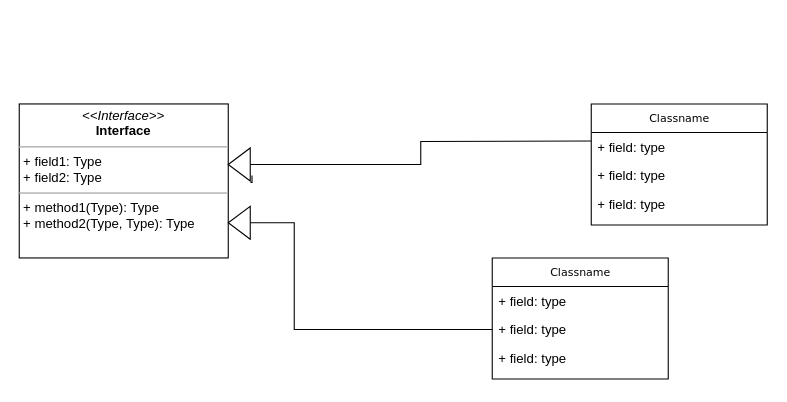
The draw.io diagram Diagrams/ClassesUML.drawio in OdyAsh/JavaGroupProject, before the edit. Source tidied: cells renumbered, new cells numbered last; positions are measured from the earlier drawing's top-left corner, leaving out a move shared by most shapes. Both pictures are drawn from the tidied source at 110%, with x=0, y=0 at pixel (19, 103).
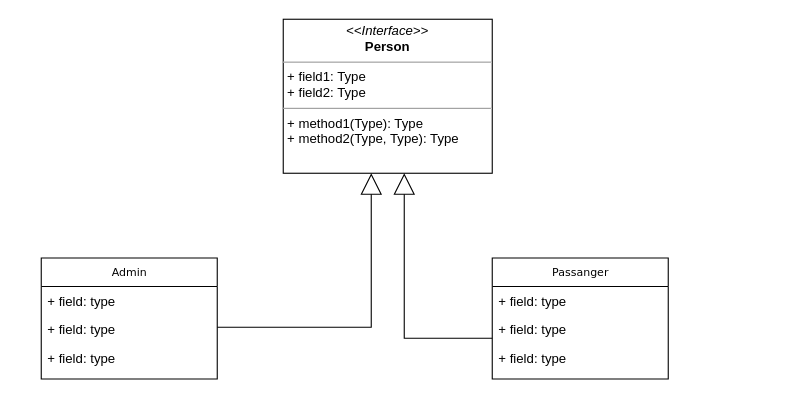
After the change.

Change to the diagram source:
```diff
@@
 <mxGraphModel background="#ffffff">
   <root>
     <mxCell id="0" />
     <mxCell id="1" parent="0" />
-    <mxCell id="2" value="Classname" style="swimlane;html=1;fontStyle=0;horizontal=1;startSize=26;fillColor=none;swimlaneFillColor=#ffffff;rounded=0;shadow=0;comic=0;labelBackgroundColor=none;strokeWidth=1;fontFamily=Verdana;fontSize=10;align=center;" parent="1" vertex="1">
+    <mxCell id="2" value="Passanger" style="swimlane;html=1;fontStyle=0;horizontal=1;startSize=26;fillColor=none;swimlaneFillColor=#ffffff;rounded=0;shadow=0;comic=0;labelBackgroundColor=none;strokeWidth=1;fontFamily=Verdana;fontSize=10;align=center;" parent="1" vertex="1">
       <mxGeometry x="430" y="140" width="160" height="110" as="geometry" />
     </mxCell>
     <mxCell id="3" value="+ field: type" style="text;html=1;strokeColor=none;fillColor=none;align=left;verticalAlign=top;spacingLeft=4;spacingRight=4;whiteSpace=wrap;overflow=hidden;" parent="2" vertex="1">
       <mxGeometry y="26" width="160" height="26" as="geometry" />
     </mxCell>
     <mxCell id="4" value="+ field: type" style="text;html=1;strokeColor=none;fillColor=none;align=left;verticalAlign=top;spacingLeft=4;spacingRight=4;whiteSpace=wrap;overflow=hidden;points=[[0,0.5],[1,0.5]];portConstraint=eastwest;" parent="2" vertex="1">
       <mxGeometry y="52" width="160" height="26" as="geometry" />
     </mxCell>
     <mxCell id="5" value="+ field: type" style="text;html=1;strokeColor=none;fillColor=none;align=left;verticalAlign=top;spacingLeft=4;spacingRight=4;whiteSpace=wrap;overflow=hidden;" parent="2" vertex="1">
       <mxGeometry y="78" width="160" height="26" as="geometry" />
     </mxCell>
-    <mxCell id="6" value="Classname" style="swimlane;html=1;fontStyle=0;horizontal=1;startSize=26;fillColor=none;swimlaneFillColor=#ffffff;rounded=0;shadow=0;comic=0;labelBackgroundColor=none;strokeWidth=1;fontFamily=Verdana;fontSize=10;align=center;" parent="1" vertex="1">
-      <mxGeometry x="520" width="160" height="110" as="geometry" />
+    <mxCell id="6" value="Admin" style="swimlane;html=1;fontStyle=0;horizontal=1;startSize=26;fillColor=none;swimlaneFillColor=#ffffff;rounded=0;shadow=0;comic=0;labelBackgroundColor=none;strokeWidth=1;fontFamily=Verdana;fontSize=10;align=center;" parent="1" vertex="1">
+      <mxGeometry x="20" y="140" width="160" height="110" as="geometry" />
     </mxCell>
     <mxCell id="7" value="+ field: type" style="text;html=1;strokeColor=none;fillColor=none;align=left;verticalAlign=top;spacingLeft=4;spacingRight=4;whiteSpace=wrap;overflow=hidden;" parent="6" vertex="1">
       <mxGeometry y="26" width="160" height="26" as="geometry" />
     </mxCell>
     <mxCell id="8" value="+ field: type" style="text;html=1;fillColor=none;align=left;verticalAlign=top;spacingLeft=4;spacingRight=4;whiteSpace=wrap;overflow=hidden;" parent="6" vertex="1">
       <mxGeometry y="52" width="160" height="26" as="geometry" />
     </mxCell>
     <mxCell id="9" value="+ field: type" style="text;html=1;strokeColor=none;fillColor=none;align=left;verticalAlign=top;spacingLeft=4;spacingRight=4;whiteSpace=wrap;overflow=hidden;" parent="6" vertex="1">
       <mxGeometry y="78" width="160" height="32" as="geometry" />
     </mxCell>
-    <mxCell id="10" value="&lt;p style=&quot;margin:0px;margin-top:4px;text-align:center;&quot;&gt;&lt;i&gt;&amp;lt;&amp;lt;Interface&amp;gt;&amp;gt;&lt;/i&gt;&lt;br/&gt;&lt;b&gt;Interface&lt;/b&gt;&lt;/p&gt;&lt;hr size=&quot;1&quot;/&gt;&lt;p style=&quot;margin:0px;margin-left:4px;&quot;&gt;+ field1: Type&lt;br/&gt;+ field2: Type&lt;/p&gt;&lt;hr size=&quot;1&quot;/&gt;&lt;p style=&quot;margin:0px;margin-left:4px;&quot;&gt;+ method1(Type): Type&lt;br/&gt;+ method2(Type, Type): Type&lt;/p&gt;" style="verticalAlign=top;align=left;overflow=fill;fontSize=12;fontFamily=Helvetica;html=1;rounded=0;shadow=0;comic=0;labelBackgroundColor=none;strokeWidth=1;" parent="1" vertex="1">
-      <mxGeometry width="190" height="140" as="geometry" />
+    <mxCell id="10" value="&lt;p style=&quot;margin: 0px ; margin-top: 4px ; text-align: center&quot;&gt;&lt;i&gt;&amp;lt;&amp;lt;Interface&amp;gt;&amp;gt;&lt;/i&gt;&lt;br&gt;&lt;b&gt;Person&lt;/b&gt;&lt;/p&gt;&lt;hr size=&quot;1&quot;&gt;&lt;p style=&quot;margin: 0px ; margin-left: 4px&quot;&gt;+ field1: Type&lt;br&gt;+ field2: Type&lt;/p&gt;&lt;hr size=&quot;1&quot;&gt;&lt;p style=&quot;margin: 0px ; margin-left: 4px&quot;&gt;+ method1(Type): Type&lt;br&gt;+ method2(Type, Type): Type&lt;/p&gt;" style="verticalAlign=top;align=left;overflow=fill;fontSize=12;fontFamily=Helvetica;html=1;rounded=0;shadow=0;comic=0;labelBackgroundColor=none;strokeWidth=1;" parent="1" vertex="1">
+      <mxGeometry x="240" y="-77" width="190" height="140" as="geometry" />
     </mxCell>
-    <mxCell id="11" style="triangle;whiteSpace=wrap;html=1;strokeColor=#000000;direction=west;" parent="1" vertex="1">
-      <mxGeometry x="190" y="93" width="20" height="30" as="geometry" />
-    </mxCell>
-    <mxCell id="12" style="edgeStyle=orthogonalEdgeStyle;rounded=0;html=1;exitX=0;exitY=0.5;labelBackgroundColor=none;startFill=0;endArrow=none;endFill=0;fontFamily=Verdana;fontSize=10;exitDx=0;exitDy=0;" parent="1" edge="1" source="4" target="11">
-      <mxGeometry relative="1" as="geometry">
-        <Array as="points">
-          <mxPoint x="250" y="205" />
-          <mxPoint x="250" y="108" />
-        </Array>
-      </mxGeometry>
-    </mxCell>
-    <mxCell id="13" style="edgeStyle=orthogonalEdgeStyle;rounded=0;html=1;exitX=-0.01;exitY=-0.042;labelBackgroundColor=none;startFill=0;endArrow=none;endFill=0;fontFamily=Verdana;fontSize=10;exitDx=0;exitDy=0;exitPerimeter=0;startArrow=none;" parent="1" edge="1" source="14">
-      <mxGeometry relative="1" as="geometry">
-        <mxPoint x="211.6" y="65" as="targetPoint" />
-      </mxGeometry>
-    </mxCell>
-    <mxCell id="14" style="triangle;whiteSpace=wrap;html=1;strokeColor=#000000;direction=west;" parent="1" vertex="1">
-      <mxGeometry x="190" y="40" width="20" height="30" as="geometry" />
-    </mxCell>
-    <mxCell id="15" style="edgeStyle=orthogonalEdgeStyle;rounded=0;html=1;exitX=-0.01;exitY=-0.042;labelBackgroundColor=none;startFill=0;endArrow=none;endFill=0;fontFamily=Verdana;fontSize=10;exitDx=0;exitDy=0;exitPerimeter=0;entryX=0;entryY=0.5;entryDx=0;entryDy=0;" parent="1" edge="1" target="14">
-      <mxGeometry relative="1" as="geometry">
-        <mxPoint x="520" y="33.7" as="sourcePoint" />
-      </mxGeometry>
-    </mxCell>
+    <mxCell id="16" style="edgeStyle=orthogonalEdgeStyle;rounded=0;html=1;labelBackgroundColor=none;startFill=0;endArrow=block;endFill=0;fontFamily=Verdana;fontSize=10;endSize=17;startSize=7;" parent="1" edge="1" source="6" target="10">
+      <mxGeometry relative="1" as="geometry">
+        <Array as="points">
+          <mxPoint x="320" y="203" />
+        </Array>
+      </mxGeometry>
+    </mxCell>
+    <mxCell id="17" style="edgeStyle=orthogonalEdgeStyle;rounded=0;html=1;labelBackgroundColor=none;startFill=0;endArrow=block;endFill=0;fontFamily=Verdana;fontSize=10;endSize=17;startSize=7;" parent="1" edge="1" source="2" target="10">
+      <mxGeometry relative="1" as="geometry">
+        <Array as="points">
+          <mxPoint x="350" y="213" />
+        </Array>
+      </mxGeometry>
+    </mxCell>
   </root>
 </mxGraphModel>
```
